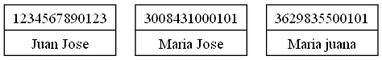
Above: Final/hash_table.png in JorgeBa3/EDD_PROYECTO_202111277 (Graphviz), before the change. Its source is kept beside it as Final/hash_table.dot. Source of this version:
```dot
digraph HashTable {
    node [shape=record];
    node1 [label="{<dpi>   1234567890123|<nombre>Juan Jose
}"];
    node2 [label="{<dpi>   3008431000101|<nombre>Maria Jose
}"];
    node6 [label="{<dpi>   3629835500101|<nombre>Maria juana
}"];
}
```
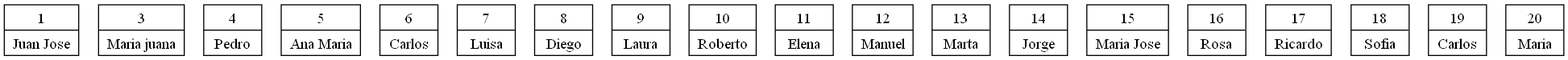
After the change.

What changed in the source:
```diff
@@ -1,9 +1,41 @@
 digraph HashTable {
     node [shape=record];
-    node1 [label="{<dpi>   1234567890123|<nombre>Juan Jose
+    node1 [label="{<dpi>               1|<nombre>Juan Jose
 }"];
-    node2 [label="{<dpi>   3008431000101|<nombre>Maria Jose
+    node3 [label="{<dpi>               3|<nombre>Maria juana
 }"];
-    node6 [label="{<dpi>   3629835500101|<nombre>Maria juana
+    node4 [label="{<dpi>               4|<nombre>Pedro
+}"];
+    node5 [label="{<dpi>               5|<nombre>Ana Maria
+}"];
+    node6 [label="{<dpi>               6|<nombre>Carlos
+}"];
+    node7 [label="{<dpi>               7|<nombre>Luisa
+}"];
+    node8 [label="{<dpi>               8|<nombre>Diego
+}"];
+    node9 [label="{<dpi>               9|<nombre>Laura
+}"];
+    node10 [label="{<dpi>              10|<nombre>Roberto
+}"];
+    node11 [label="{<dpi>              11|<nombre>Elena
+}"];
+    node12 [label="{<dpi>              12|<nombre>Manuel
+}"];
+    node13 [label="{<dpi>              13|<nombre>Marta
+}"];
+    node14 [label="{<dpi>              14|<nombre>Jorge
+}"];
+    node15 [label="{<dpi>              15|<nombre>Maria Jose
+}"];
+    node16 [label="{<dpi>              16|<nombre>Rosa
+}"];
+    node17 [label="{<dpi>              17|<nombre>Ricardo
+}"];
+    node18 [label="{<dpi>              18|<nombre>Sofia
+}"];
+    node19 [label="{<dpi>              19|<nombre>Carlos
+}"];
+    node20 [label="{<dpi>              20|<nombre>Maria
 }"];
 }
```
